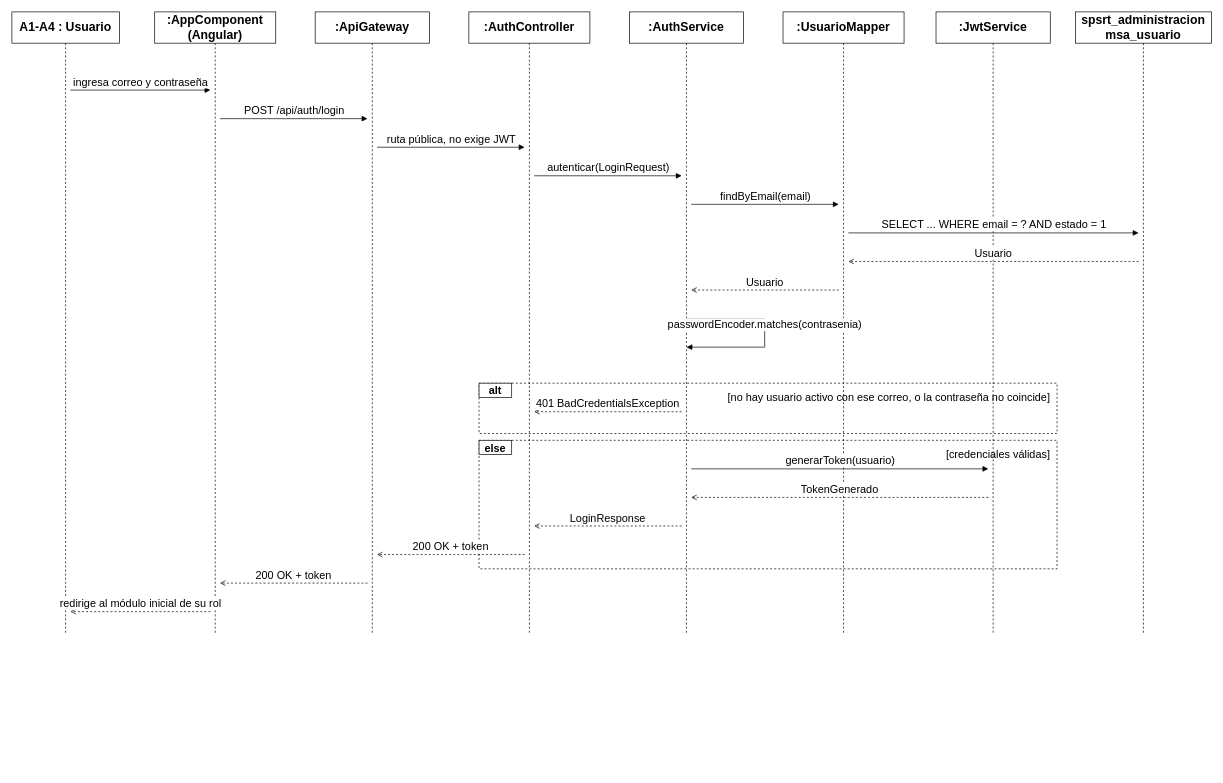
The draw.io diagram Docs/Diagramas/Secuencia/04_Secuencia_CU-01_Autenticar.drawio in tfm-missi-2026/orquestacion, before the edit. Source tidied: cells renumbered, new cells numbered last; positions are measured from the earlier drawing's top-left corner, leaving out a move shared by most shapes. Both pictures are drawn from the tidied source at 68%, with x=0, y=0 at pixel (12, 12).
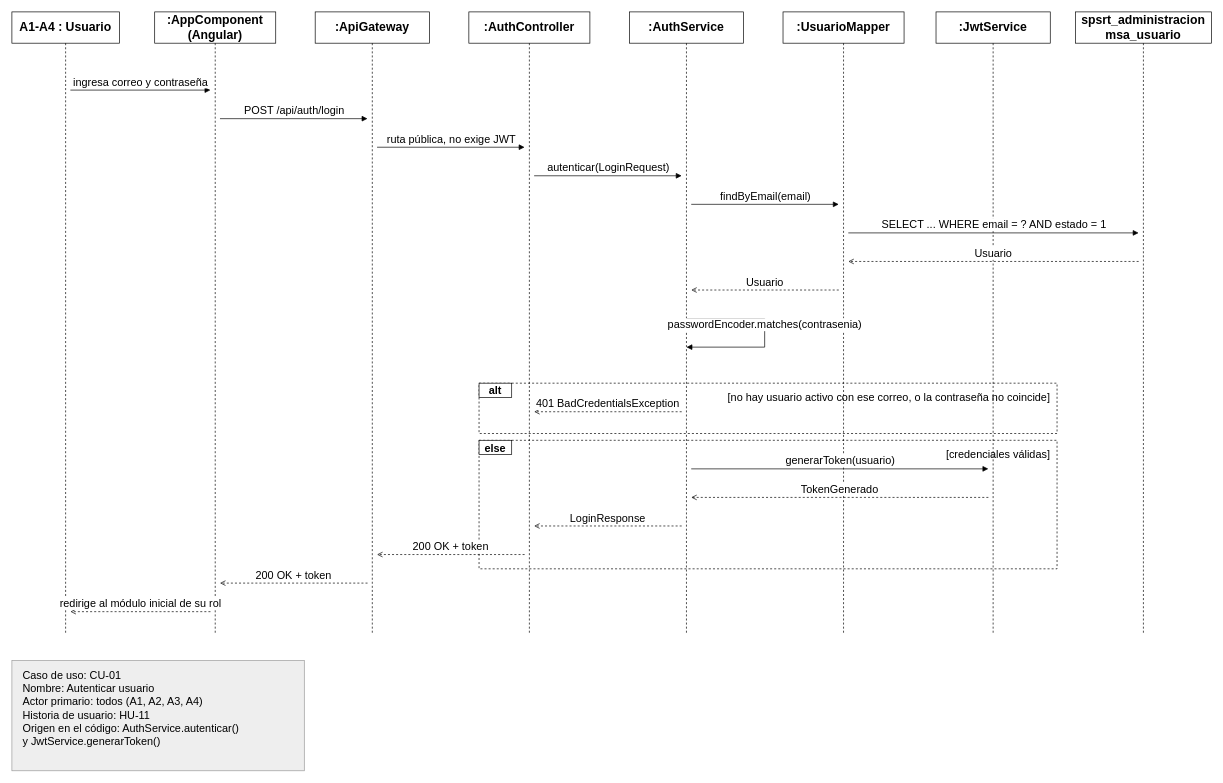
After the change.

Change to the diagram source:
```diff
@@
+    <mxCell id="30" value="Caso de uso: CU-01&lt;br&gt;Nombre: Autenticar usuario&lt;br&gt;Actor primario: todos (A1, A2, A3, A4)&lt;br&gt;Historia de usuario: HU-11&lt;br&gt;Origen en el código: AuthService.autenticar()&lt;br&gt;y JwtService.generarToken()" style="rounded=0;whiteSpace=wrap;html=1;fillColor=#EEEEEE;strokeColor=#999999;strokeWidth=1;fontColor=#000000;fontSize=16;align=left;verticalAlign=top;spacingLeft=14;spacingTop=6;shadow=0;" parent="1" vertex="1">
+      <mxGeometry y="954" width="430" height="162" as="geometry" />
+    </mxCell>
```
